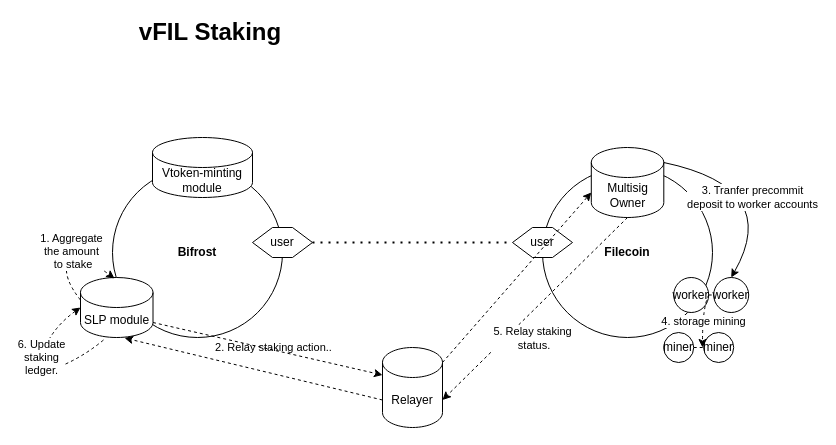
Before: vfil-staking-multisig.drawio in herryho/flowchars, a draw.io diagram. Source tidied: cells renumbered, new cells numbered last; positions are measured from the earlier drawing's top-left corner, leaving out a move shared by most shapes. Both pictures are drawn from the tidied source at 100%, with x=0, y=0 at pixel (32, 17).
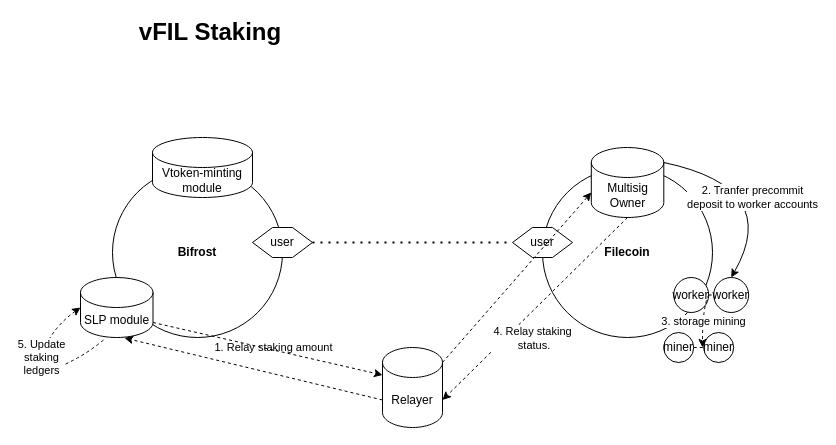
The same diagram, later.

The change refers to these unchanged cells:
```xml
<mxCell id="2" value="&lt;b&gt;Bifrost&lt;/b&gt;" style="ellipse;whiteSpace=wrap;html=1;" parent="1" vertex="1">
  <mxGeometry x="80" y="150" width="170" height="170" as="geometry" />
</mxCell>
<mxCell id="9" value="SLP module" style="shape=cylinder3;whiteSpace=wrap;html=1;boundedLbl=1;backgroundOutline=1;size=15;" parent="1" vertex="1">
  <mxGeometry x="48" y="260" width="72.5" height="60" as="geometry" />
</mxCell>
<mxCell id="14" style="endArrow=classic;html=1;rounded=0;dashed=1;entryX=0;entryY=0;entryDx=0;entryDy=45;entryPerimeter=0;exitX=1;exitY=0;exitDx=0;exitDy=15;exitPerimeter=0;" parent="1" edge="1" source="10" target="7">
  <mxGeometry relative="1" as="geometry" />
</mxCell>
<mxCell id="21" style="curved=1;endArrow=classic;html=1;rounded=0;exitX=1;exitY=0;exitDx=0;exitDy=15;exitPerimeter=0;entryX=0.5;entryY=0;entryDx=0;entryDy=0;" parent="1" edge="1" source="7" target="18">
  <mxGeometry relative="1" as="geometry">
    <Array as="points">
      <mxPoint x="750" y="170" />
    </Array>
  </mxGeometry>
</mxCell>
<mxCell id="23" style="curved=1;endArrow=classic;html=1;rounded=0;exitX=1;exitY=0.5;exitDx=0;exitDy=0;dashed=1;" parent="1" edge="1" source="8">
  <mxGeometry relative="1" as="geometry">
    <mxPoint x="670" y="330" as="targetPoint" />
    <Array as="points">
      <mxPoint x="670" y="290" />
    </Array>
  </mxGeometry>
</mxCell>
<mxCell id="25" style="endArrow=classic;html=1;rounded=0;dashed=1;exitX=0.5;exitY=1;exitDx=0;exitDy=0;exitPerimeter=0;entryX=1;entryY=0;entryDx=0;entryDy=52.5;entryPerimeter=0;" parent="1" edge="1" source="7" target="10">
  <mxGeometry relative="1" as="geometry" />
</mxCell>
<mxCell id="28" style="curved=1;endArrow=classic;html=1;rounded=0;dashed=1;entryX=0;entryY=0.5;entryDx=0;entryDy=0;entryPerimeter=0;exitX=0.317;exitY=1.042;exitDx=0;exitDy=0;exitPerimeter=0;" parent="1" edge="1" source="9" target="9">
  <mxGeometry relative="1" as="geometry">
    <Array as="points">
      <mxPoint x="50" y="340" />
      <mxPoint y="360" />
      <mxPoint x="20" y="310" />
    </Array>
  </mxGeometry>
</mxCell>
```

Change to the diagram source:
```diff
@@
-    <mxCell id="15" value="2. Relay staking action.." style="edgeLabel;html=1;align=center;verticalAlign=middle;" parent="14" vertex="1">
+    <mxCell id="15" value="1. Relay staking amount" style="edgeLabel;html=1;align=center;verticalAlign=middle;" parent="14" vertex="1">
       <mxGeometry x="0.15" y="-1" relative="1" as="geometry">
         <mxPoint x="-256" y="82" as="offset" />
       </mxGeometry>
     </mxCell>
@@
-    <mxCell id="22" value="3. Tranfer precommit&lt;br&gt;deposit to worker accounts" style="edgeLabel;html=1;align=center;verticalAlign=middle;" parent="21" vertex="1">
+    <mxCell id="22" value="2. Tranfer precommit&lt;br&gt;deposit to worker accounts" style="edgeLabel;html=1;align=center;verticalAlign=middle;" parent="21" vertex="1">
       <mxGeometry x="-0.31" y="-18" relative="1" as="geometry">
         <mxPoint x="16" y="1" as="offset" />
       </mxGeometry>
     </mxCell>
@@
-    <mxCell id="24" value="4. storage mining" style="edgeLabel;html=1;align=center;verticalAlign=middle;" parent="23" vertex="1">
+    <mxCell id="24" value="3. storage mining" style="edgeLabel;html=1;align=center;verticalAlign=middle;" parent="23" vertex="1">
       <mxGeometry relative="1" as="geometry" />
     </mxCell>
@@
-    <mxCell id="26" value="5. Relay staking&lt;br&gt;&amp;nbsp;status." style="edgeLabel;html=1;align=center;verticalAlign=middle;" parent="25" vertex="1">
+    <mxCell id="26" value="4. Relay staking&lt;br&gt;&amp;nbsp;status." style="edgeLabel;html=1;align=center;verticalAlign=middle;" parent="25" vertex="1">
       <mxGeometry x="0.01" y="3" relative="1" as="geometry">
         <mxPoint x="-4" y="26" as="offset" />
       </mxGeometry>
     </mxCell>
@@
-    <mxCell id="29" value="6. Update&lt;br&gt;staking&lt;br&gt;ledger." style="edgeLabel;html=1;align=center;verticalAlign=middle;" parent="28" vertex="1">
+    <mxCell id="29" value="5. Update&lt;br&gt;staking&lt;br&gt;ledgers" style="edgeLabel;html=1;align=center;verticalAlign=middle;" parent="28" vertex="1">
       <mxGeometry x="0.1" y="-5" relative="1" as="geometry">
         <mxPoint x="-1" y="-11" as="offset" />
       </mxGeometry>
     </mxCell>
-    <mxCell id="30" value="1. Aggregate&lt;br&gt;the amount&lt;br&gt;&amp;nbsp;to stake" style="curved=1;endArrow=classic;html=1;rounded=0;exitX=0;exitY=0;exitDx=0;exitDy=22.5;exitPerimeter=0;entryX=0.012;entryY=0.653;entryDx=0;entryDy=0;entryPerimeter=0;dashed=1;" parent="1" edge="1" source="9" target="2">
-      <mxGeometry relative="1" as="geometry">
-        <Array as="points">
-          <mxPoint x="30" y="260" />
-          <mxPoint x="40" y="230" />
-        </Array>
-      </mxGeometry>
-    </mxCell>
```
